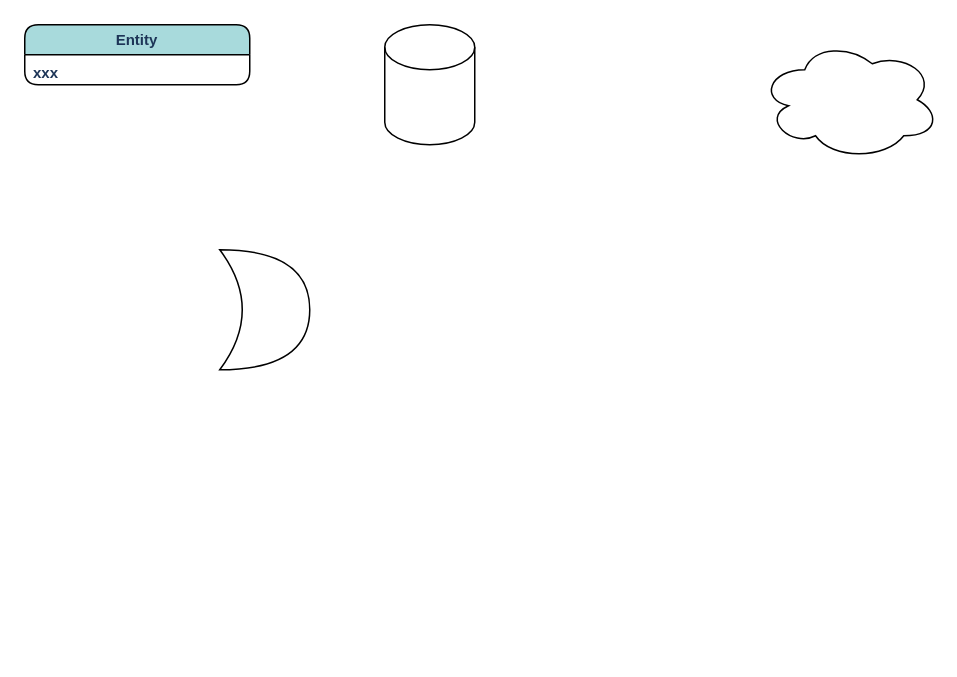
The draw.io diagram 未命名绘图.drawio in JonSnow592622272/drawio-storage, before the edit. Source tidied: cells renumbered, new cells numbered last; positions are measured from the earlier drawing's top-left corner, leaving out a move shared by most shapes. Both pictures are drawn from the tidied source at 150%, with x=0, y=0 at pixel (24, 24).
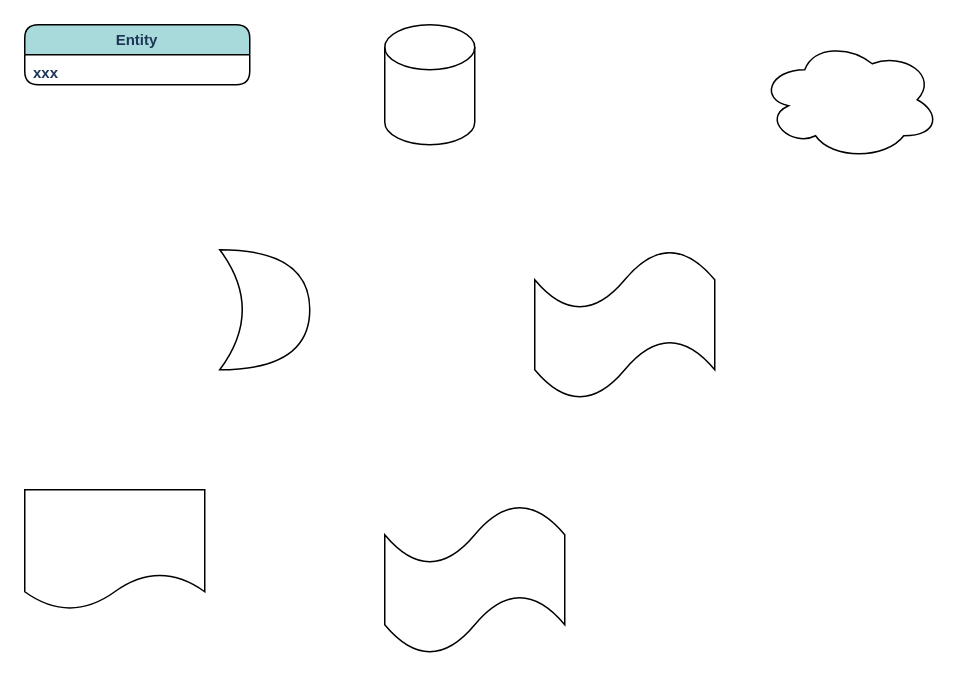
The same diagram, later.

Commit message (it also covers changes not shown here):
更新未命名绘图.drawio

Diff of the diagram source:
```diff
@@
 <mxGraphModel>
   <root>
     <mxCell id="0" />
     <mxCell id="1" parent="0" />
     <mxCell id="2" value="Entity" style="swimlane;horizontal=1;startSize=20;fontSize=10;fontStyle=1;strokeWidth=1;shadow=0;dashed=0;align=center;sketch=0;fontColor=#1D3557;fillColor=#A8DADC;swimlaneFillColor=default;rounded=1;glass=0;spacing=2;" parent="1" vertex="1">
       <mxGeometry width="150" height="40" as="geometry" />
     </mxCell>
     <mxCell id="3" value="xxx" style="align=left;strokeColor=none;fillColor=none;spacingLeft=4;fontSize=10;verticalAlign=top;sketch=0;fontColor=#1D3557;rounded=1;fontStyle=1;" parent="2" vertex="1">
       <mxGeometry y="20" width="150" height="20" as="geometry" />
     </mxCell>
     <mxCell id="4" style="shape=cylinder3;whiteSpace=wrap;html=1;boundedLbl=1;backgroundOutline=1;size=15;" parent="1" vertex="1">
       <mxGeometry x="240" width="60" height="80" as="geometry" />
     </mxCell>
     <mxCell id="5" style="ellipse;shape=cloud;whiteSpace=wrap;html=1;" parent="1" vertex="1">
       <mxGeometry x="490" y="10" width="120" height="80" as="geometry" />
     </mxCell>
     <mxCell id="6" style="shape=xor;whiteSpace=wrap;html=1;" parent="1" vertex="1">
       <mxGeometry x="130" y="150" width="60" height="80" as="geometry" />
     </mxCell>
+    <mxCell id="7" style="shape=tape;whiteSpace=wrap;html=1;" parent="1" vertex="1">
+      <mxGeometry x="340" y="150" width="120" height="100" as="geometry" />
+    </mxCell>
+    <mxCell id="8" style="shape=tape;whiteSpace=wrap;html=1;" parent="1" vertex="1">
+      <mxGeometry x="240" y="320" width="120" height="100" as="geometry" />
+    </mxCell>
+    <mxCell id="9" style="shape=document;whiteSpace=wrap;html=1;boundedLbl=1;" parent="1" vertex="1">
+      <mxGeometry y="310" width="120" height="80" as="geometry" />
+    </mxCell>
   </root>
 </mxGraphModel>
```
